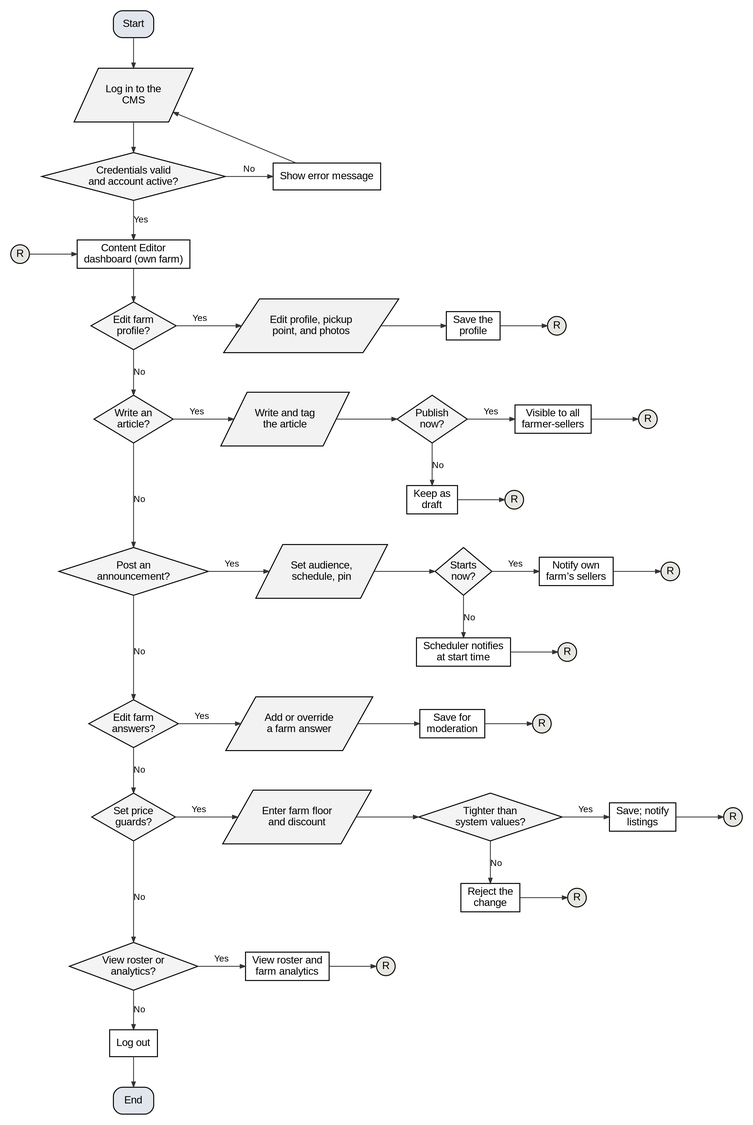
The Graphviz diagram docs/manuscript/figures/fig5c_flow_content_editor.png in shawncastaneda11-commits/anihow-backend, before a commit. Its source is kept beside it as docs/manuscript/figures/src/fig5c_flow_content_editor.dot.
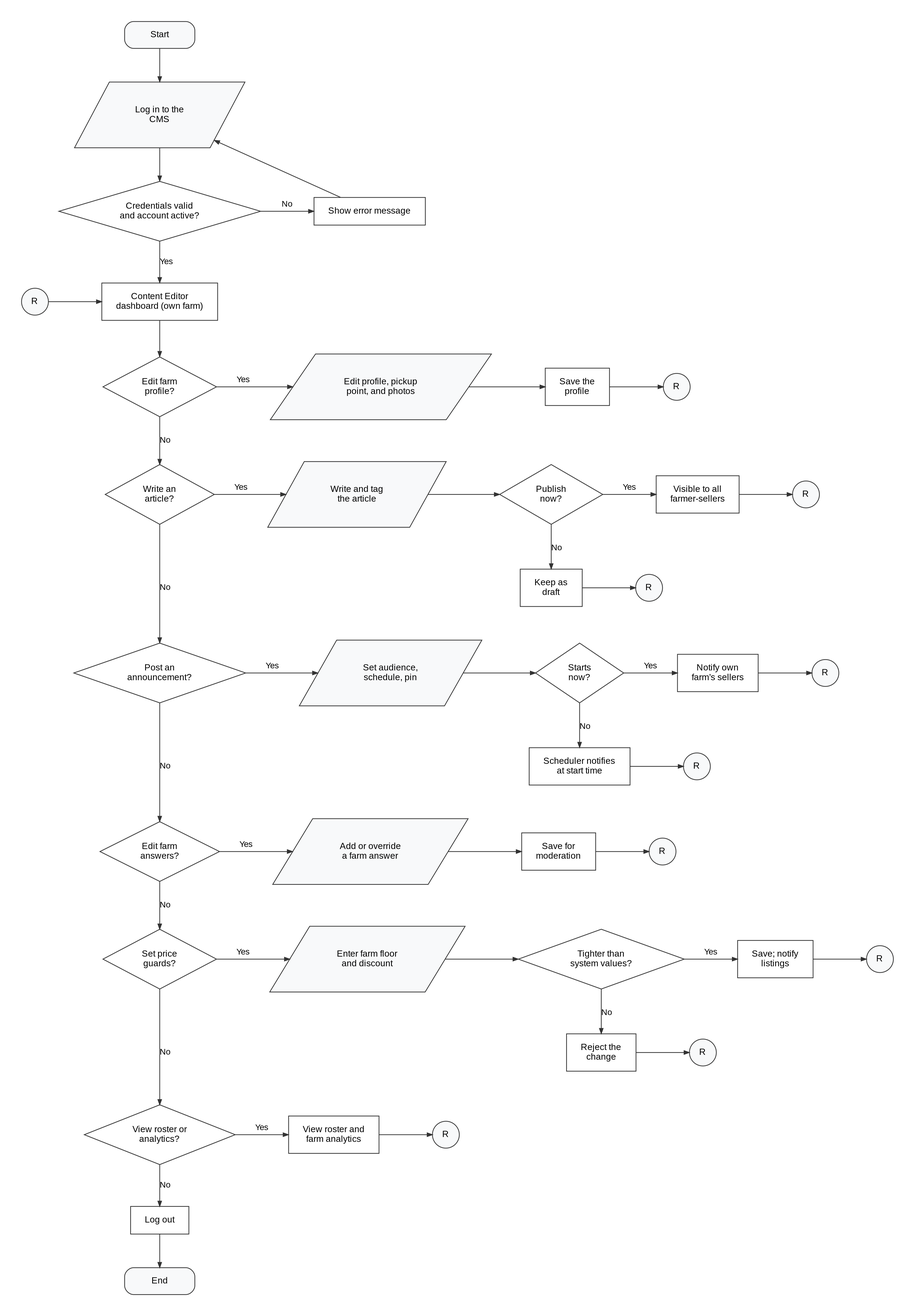
After the change.

Diff of the diagram source:
```diff
@@ -1,15 +1,15 @@
 digraph G {
-  graph [rankdir=TB, nodesep=0.45, ranksep=0.55, pad=0.2, fontname="Liberation Sans", newrank=true, splines=polyline];
-  node  [fontname="Liberation Sans", fontsize=14, penwidth=1.3, style=filled, fillcolor="#FFFFFF", margin="0.12,0.06"];
-  edge  [penwidth=1.1, arrowsize=0.7, color="#333333", fontname="Liberation Sans", fontsize=12];
-  s [shape=box, style="rounded,filled", fillcolor="#E1E6ED", label="Start"];
-  li [shape=parallelogram, fillcolor="#F2F2F2", label="Log in to the\nCMS", margin="0.02,0.04"];
-  ok [shape=diamond, fillcolor="#F4F4F4", label="Credentials valid\nand account active?", margin="0.02,0.02"];
+  graph [rankdir=TB, nodesep=0.5, ranksep=0.6, pad=0.4, fontname="Liberation Sans", newrank=true, splines=polyline, bgcolor="white"];
+  node  [fontname="Liberation Sans", fontsize=12, penwidth=1, color="#333333", style=filled, fillcolor="#FFFFFF", margin="0.26,0.16"];
+  edge  [penwidth=1, arrowsize=0.7, color="#333333", fontname="Liberation Sans", fontsize=11];
+  s [shape=box, style="rounded,filled", fillcolor="#F8F9FA", width=1.3, height=0.5, margin="0.2,0.1", label="Start"];
+  li [shape=parallelogram, fillcolor="#F8F9FA", label="Log in to the\nCMS", margin="0.30,0.12"];
+  ok [shape=diamond, fillcolor="#FFFFFF", label="Credentials valid\nand account active?", margin="0.20,0.10"];
   err [shape=box, label="Show error message"];
-  ain [shape=circle, width=0.35, fixedsize=true, fillcolor="#E8E6E0", label="R"];
+  ain [shape=circle, width=0.5, fixedsize=true, fillcolor="#F8F9FA", label="R"];
   home [shape=box, label="Content Editor\ndashboard (own farm)"];
   lo [shape=box, label="Log out"];
-  end [shape=box, style="rounded,filled", fillcolor="#E1E6ED", label="End"];
+  end [shape=box, style="rounded,filled", fillcolor="#F8F9FA", width=1.3, height=0.5, margin="0.2,0.1", label="End"];
   s -> li;
   li -> ok;
   ok -> err [label="No"];
@@ -18,77 +18,77 @@
   ain -> home;
   {rank=same; ok err}
   {rank=same; home ain}
-  q0 [shape=diamond, fillcolor="#F4F4F4", label="Edit farm\nprofile?", margin="0.02,0.02"];
+  q0 [shape=diamond, fillcolor="#FFFFFF", label="Edit farm\nprofile?", margin="0.20,0.10"];
   home -> q0;
-  s0_0 [shape=parallelogram, fillcolor="#F2F2F2", label="Edit profile, pickup\npoint, and photos", margin="0.02,0.04"];
+  s0_0 [shape=parallelogram, fillcolor="#F8F9FA", label="Edit profile, pickup\npoint, and photos", margin="0.30,0.12"];
   q0 -> s0_0 [label="Yes"];
   s0_1 [shape=box, label="Save the\nprofile"];
   s0_0 -> s0_1;
-  r0 [shape=circle, width=0.35, fixedsize=true, fillcolor="#E8E6E0", label="R"];
+  r0 [shape=circle, width=0.5, fixedsize=true, fillcolor="#F8F9FA", label="R"];
   s0_1 -> r0;
   {rank=same; q0; s0_0; s0_1; r0}
-  q1 [shape=diamond, fillcolor="#F4F4F4", label="Write an\narticle?", margin="0.02,0.02"];
+  q1 [shape=diamond, fillcolor="#FFFFFF", label="Write an\narticle?", margin="0.20,0.10"];
   q0 -> q1 [label="No"];
-  s1_0 [shape=parallelogram, fillcolor="#F2F2F2", label="Write and tag\nthe article", margin="0.02,0.04"];
+  s1_0 [shape=parallelogram, fillcolor="#F8F9FA", label="Write and tag\nthe article", margin="0.30,0.12"];
   q1 -> s1_0 [label="Yes"];
-  s1_1 [shape=diamond, fillcolor="#F4F4F4", label="Publish\nnow?", margin="0.02,0.02"];
+  s1_1 [shape=diamond, fillcolor="#FFFFFF", label="Publish\nnow?", margin="0.20,0.10"];
   s1_0 -> s1_1;
   a1_1 [shape=box, label="Keep as\ndraft"];
-  xa1_1 [shape=circle, width=0.35, fixedsize=true, fillcolor="#E8E6E0", label="R"];
+  xa1_1 [shape=circle, width=0.5, fixedsize=true, fillcolor="#F8F9FA", label="R"];
   s1_1 -> a1_1 [label="No"];
   a1_1 -> xa1_1;
   {rank=same; a1_1; xa1_1}
   s1_2 [shape=box, label="Visible to all\nfarmer-sellers"];
   s1_1 -> s1_2 [label="Yes"];
-  r1 [shape=circle, width=0.35, fixedsize=true, fillcolor="#E8E6E0", label="R"];
+  r1 [shape=circle, width=0.5, fixedsize=true, fillcolor="#F8F9FA", label="R"];
   s1_2 -> r1;
   {rank=same; q1; s1_0; s1_1; s1_2; r1}
-  q2 [shape=diamond, fillcolor="#F4F4F4", label="Post an\nannouncement?", margin="0.02,0.02"];
+  q2 [shape=diamond, fillcolor="#FFFFFF", label="Post an\nannouncement?", margin="0.20,0.10"];
   q1 -> q2 [label="No", minlen=2];
-  s2_0 [shape=parallelogram, fillcolor="#F2F2F2", label="Set audience,\nschedule, pin", margin="0.02,0.04"];
+  s2_0 [shape=parallelogram, fillcolor="#F8F9FA", label="Set audience,\nschedule, pin", margin="0.30,0.12"];
   q2 -> s2_0 [label="Yes"];
-  s2_1 [shape=diamond, fillcolor="#F4F4F4", label="Starts\nnow?", margin="0.02,0.02"];
+  s2_1 [shape=diamond, fillcolor="#FFFFFF", label="Starts\nnow?", margin="0.20,0.10"];
   s2_0 -> s2_1;
   a2_1 [shape=box, label="Scheduler notifies\nat start time"];
-  xa2_1 [shape=circle, width=0.35, fixedsize=true, fillcolor="#E8E6E0", label="R"];
+  xa2_1 [shape=circle, width=0.5, fixedsize=true, fillcolor="#F8F9FA", label="R"];
   s2_1 -> a2_1 [label="No"];
   a2_1 -> xa2_1;
   {rank=same; a2_1; xa2_1}
   s2_2 [shape=box, label="Notify own\nfarm’s sellers"];
   s2_1 -> s2_2 [label="Yes"];
-  r2 [shape=circle, width=0.35, fixedsize=true, fillcolor="#E8E6E0", label="R"];
+  r2 [shape=circle, width=0.5, fixedsize=true, fillcolor="#F8F9FA", label="R"];
   s2_2 -> r2;
   {rank=same; q2; s2_0; s2_1; s2_2; r2}
-  q3 [shape=diamond, fillcolor="#F4F4F4", label="Edit farm\nanswers?", margin="0.02,0.02"];
+  q3 [shape=diamond, fillcolor="#FFFFFF", label="Edit farm\nanswers?", margin="0.20,0.10"];
   q2 -> q3 [label="No", minlen=2];
-  s3_0 [shape=parallelogram, fillcolor="#F2F2F2", label="Add or override\na farm answer", margin="0.02,0.04"];
+  s3_0 [shape=parallelogram, fillcolor="#F8F9FA", label="Add or override\na farm answer", margin="0.30,0.12"];
   q3 -> s3_0 [label="Yes"];
   s3_1 [shape=box, label="Save for\nmoderation"];
   s3_0 -> s3_1;
-  r3 [shape=circle, width=0.35, fixedsize=true, fillcolor="#E8E6E0", label="R"];
+  r3 [shape=circle, width=0.5, fixedsize=true, fillcolor="#F8F9FA", label="R"];
   s3_1 -> r3;
   {rank=same; q3; s3_0; s3_1; r3}
-  q4 [shape=diamond, fillcolor="#F4F4F4", label="Set price\nguards?", margin="0.02,0.02"];
+  q4 [shape=diamond, fillcolor="#FFFFFF", label="Set price\nguards?", margin="0.20,0.10"];
   q3 -> q4 [label="No"];
-  s4_0 [shape=parallelogram, fillcolor="#F2F2F2", label="Enter farm floor\nand discount", margin="0.02,0.04"];
+  s4_0 [shape=parallelogram, fillcolor="#F8F9FA", label="Enter farm floor\nand discount", margin="0.30,0.12"];
   q4 -> s4_0 [label="Yes"];
-  s4_1 [shape=diamond, fillcolor="#F4F4F4", label="Tighter than\nsystem values?", margin="0.02,0.02"];
+  s4_1 [shape=diamond, fillcolor="#FFFFFF", label="Tighter than\nsystem values?", margin="0.20,0.10"];
   s4_0 -> s4_1;
   a4_1 [shape=box, label="Reject the\nchange"];
-  xa4_1 [shape=circle, width=0.35, fixedsize=true, fillcolor="#E8E6E0", label="R"];
+  xa4_1 [shape=circle, width=0.5, fixedsize=true, fillcolor="#F8F9FA", label="R"];
   s4_1 -> a4_1 [label="No"];
   a4_1 -> xa4_1;
   {rank=same; a4_1; xa4_1}
   s4_2 [shape=box, label="Save; notify\nlistings"];
   s4_1 -> s4_2 [label="Yes"];
-  r4 [shape=circle, width=0.35, fixedsize=true, fillcolor="#E8E6E0", label="R"];
+  r4 [shape=circle, width=0.5, fixedsize=true, fillcolor="#F8F9FA", label="R"];
   s4_2 -> r4;
   {rank=same; q4; s4_0; s4_1; s4_2; r4}
-  q5 [shape=diamond, fillcolor="#F4F4F4", label="View roster or\nanalytics?", margin="0.02,0.02"];
+  q5 [shape=diamond, fillcolor="#FFFFFF", label="View roster or\nanalytics?", margin="0.20,0.10"];
   q4 -> q5 [label="No", minlen=2];
   s5_0 [shape=box, label="View roster and\nfarm analytics"];
   q5 -> s5_0 [label="Yes"];
-  r5 [shape=circle, width=0.35, fixedsize=true, fillcolor="#E8E6E0", label="R"];
+  r5 [shape=circle, width=0.5, fixedsize=true, fillcolor="#F8F9FA", label="R"];
   s5_0 -> r5;
   {rank=same; q5; s5_0; r5}
   q5 -> lo [label="No"];
```
